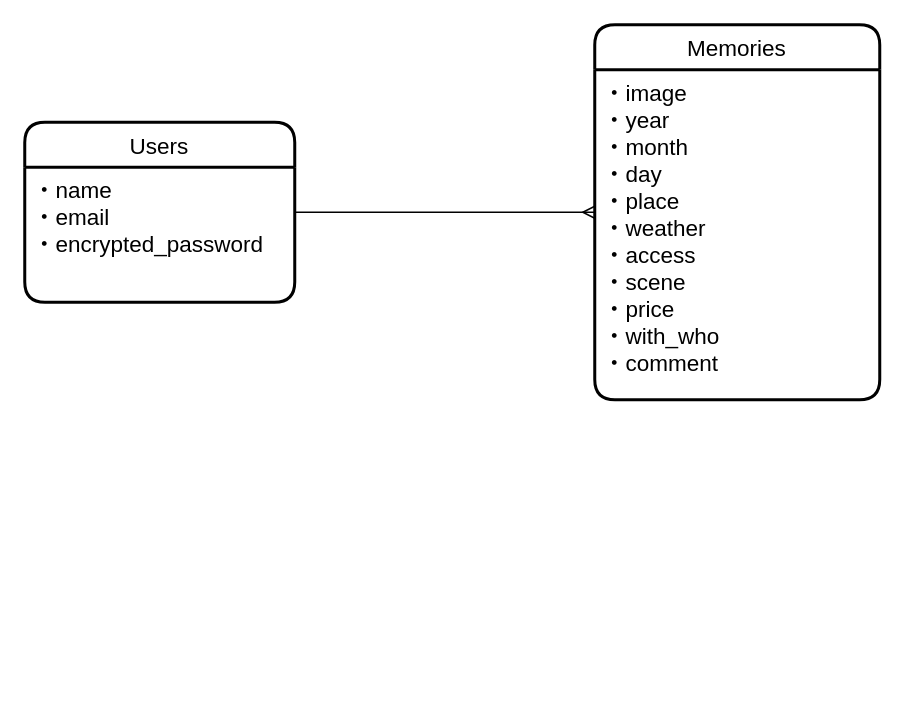
Before: er.dio in splashkida/memory-app, a draw.io diagram. Source tidied: cells renumbered, new cells numbered last; positions are measured from the earlier drawing's top-left corner, leaving out a move shared by most shapes. Both pictures are drawn from the tidied source at 150%, with x=0, y=0 at pixel (24, 24).
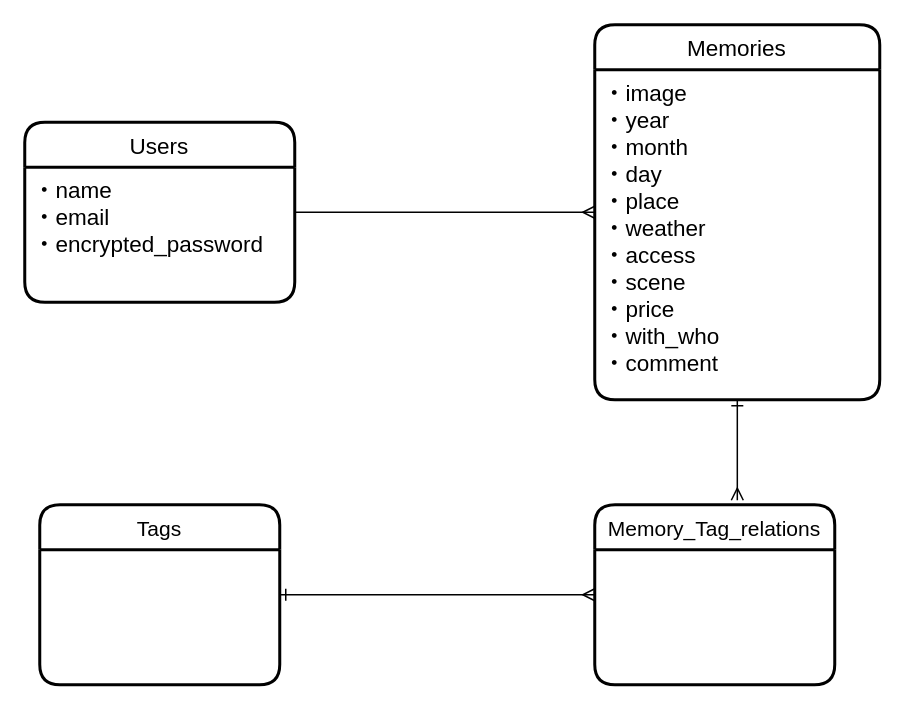
After the change.

Commit message (it also covers changes not shown here):
ER図変更（Tag機能追加）

Change to the diagram source:
```diff
@@
 <mxGraphModel>
   <root>
     <mxCell id="0" />
     <mxCell id="1" parent="0" />
     <mxCell id="2" style="edgeStyle=orthogonalEdgeStyle;rounded=0;jettySize=auto;html=1;entryX=0;entryY=0.5;entryDx=0;entryDy=0;endArrow=ERmany;endFill=0;" parent="1" edge="1" source="3" target="5">
       <mxGeometry relative="1" as="geometry" />
     </mxCell>
     <mxCell id="3" value="Users" style="swimlane;horizontal=1;startSize=30;rounded=1;fontSize=15;fontStyle=0;strokeWidth=2;shadow=0;dashed=0;align=center;" parent="1" vertex="1">
       <mxGeometry y="65" width="180" height="120" as="geometry" />
     </mxCell>
     <mxCell id="4" value="・name&#10;・email&#10;・encrypted_password&#10;" style="align=left;strokeColor=none;fillColor=none;spacingLeft=4;fontSize=15;verticalAlign=top;" parent="3" vertex="1">
       <mxGeometry y="30" width="180" height="90" as="geometry" />
     </mxCell>
+    <mxCell id="7" style="edgeStyle=orthogonalEdgeStyle;rounded=0;jettySize=auto;html=1;entryX=0.594;entryY=-0.025;entryDx=0;entryDy=0;entryPerimeter=0;startArrow=ERone;startFill=0;endArrow=ERmany;endFill=0;fontSize=15;" parent="1" edge="1" source="5" target="10">
+      <mxGeometry relative="1" as="geometry" />
+    </mxCell>
     <mxCell id="5" value="Memories" style="swimlane;horizontal=1;startSize=30;rounded=1;fontSize=15;fontStyle=0;strokeWidth=2;shadow=0;dashed=0;align=center;" parent="1" vertex="1">
       <mxGeometry x="380" width="190" height="250" as="geometry" />
     </mxCell>
     <mxCell id="6" value="・image&#10;・year&#10;・month&#10;・day&#10;・place&#10;・weather&#10;・access&#10;・scene&#10;・price&#10;・with_who&#10;・comment&#10;&#10;" style="align=left;strokeColor=none;fillColor=none;spacingLeft=4;fontSize=15;verticalAlign=top;" parent="5" vertex="1">
       <mxGeometry y="30" width="190" height="220" as="geometry" />
     </mxCell>
+    <mxCell id="8" style="edgeStyle=orthogonalEdgeStyle;rounded=0;jettySize=auto;html=1;endArrow=ERmany;endFill=0;fontSize=15;entryX=0;entryY=0.5;entryDx=0;entryDy=0;startArrow=ERone;startFill=0;" parent="1" edge="1" source="9" target="10">
+      <mxGeometry relative="1" as="geometry" />
+    </mxCell>
+    <mxCell id="9" value="Tags" style="swimlane;horizontal=1;startSize=30;rounded=1;fontSize=14;fontStyle=0;strokeWidth=2;shadow=0;dashed=0;align=center;" parent="1" vertex="1">
+      <mxGeometry x="10" y="320" width="160" height="120" as="geometry" />
+    </mxCell>
+    <mxCell id="10" value="Memory_Tag_relations" style="swimlane;horizontal=1;startSize=30;rounded=1;fontSize=14;fontStyle=0;strokeWidth=2;shadow=0;dashed=0;align=center;" parent="1" vertex="1">
+      <mxGeometry x="380" y="320" width="160" height="120" as="geometry" />
+    </mxCell>
   </root>
 </mxGraphModel>
```
